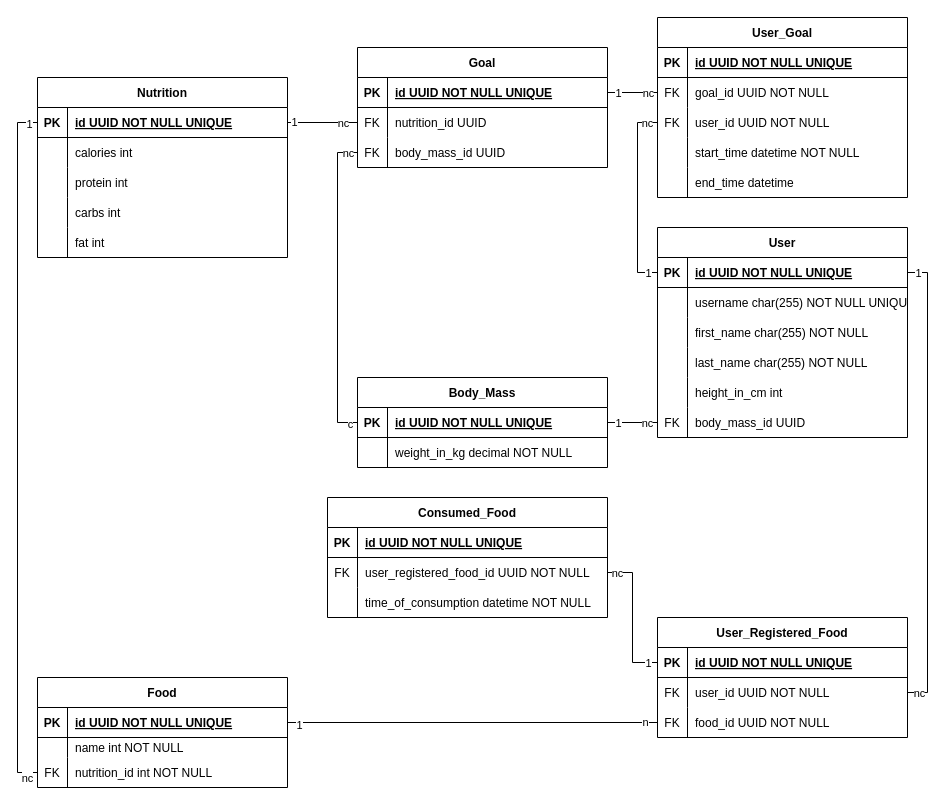
Before: ERD_tracker.drawio in jannik-boeppli/Calorie_Tracker, a draw.io diagram. Source tidied: cells renumbered, new cells numbered last; positions are measured from the earlier drawing's top-left corner, leaving out a move shared by most shapes. Both pictures are drawn from the tidied source at 100%, with x=0, y=0 at pixel (17, 17).
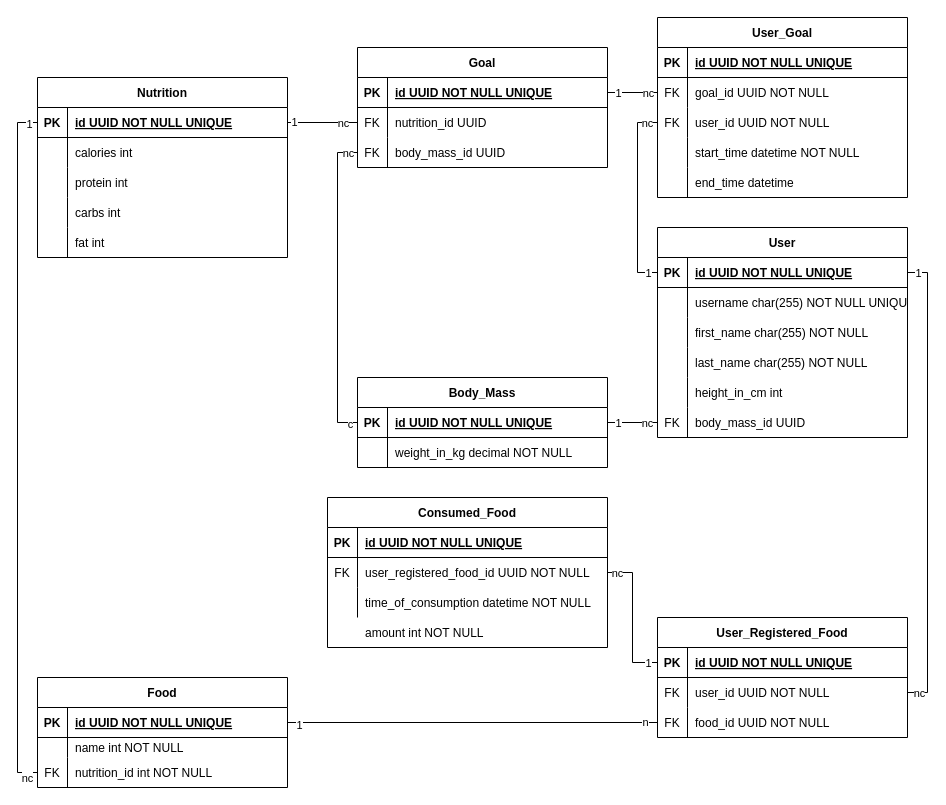
The same page after the edit.

The edit, as a diff of the source:
```diff
@@
     <mxCell id="105" value="Consumed_Food" style="shape=table;startSize=30;childLayout=tableLayout;rowLines=0;fontStyle=1;align=center;" parent="1" vertex="1">
-      <mxGeometry x="310" y="480" width="280" height="120" as="geometry" />
+      <mxGeometry x="310" y="480" width="280" height="150" as="geometry" />
     </mxCell>
@@
+    <mxCell id="127" value="amount int NOT NULL" style="shape=partialRectangle;overflow=hidden;fillColor=none;top=0;left=0;bottom=0;right=0;align=left;spacingLeft=6;" parent="1" vertex="1">
+      <mxGeometry x="340" y="600" width="250" height="30" as="geometry" />
+    </mxCell>
```
